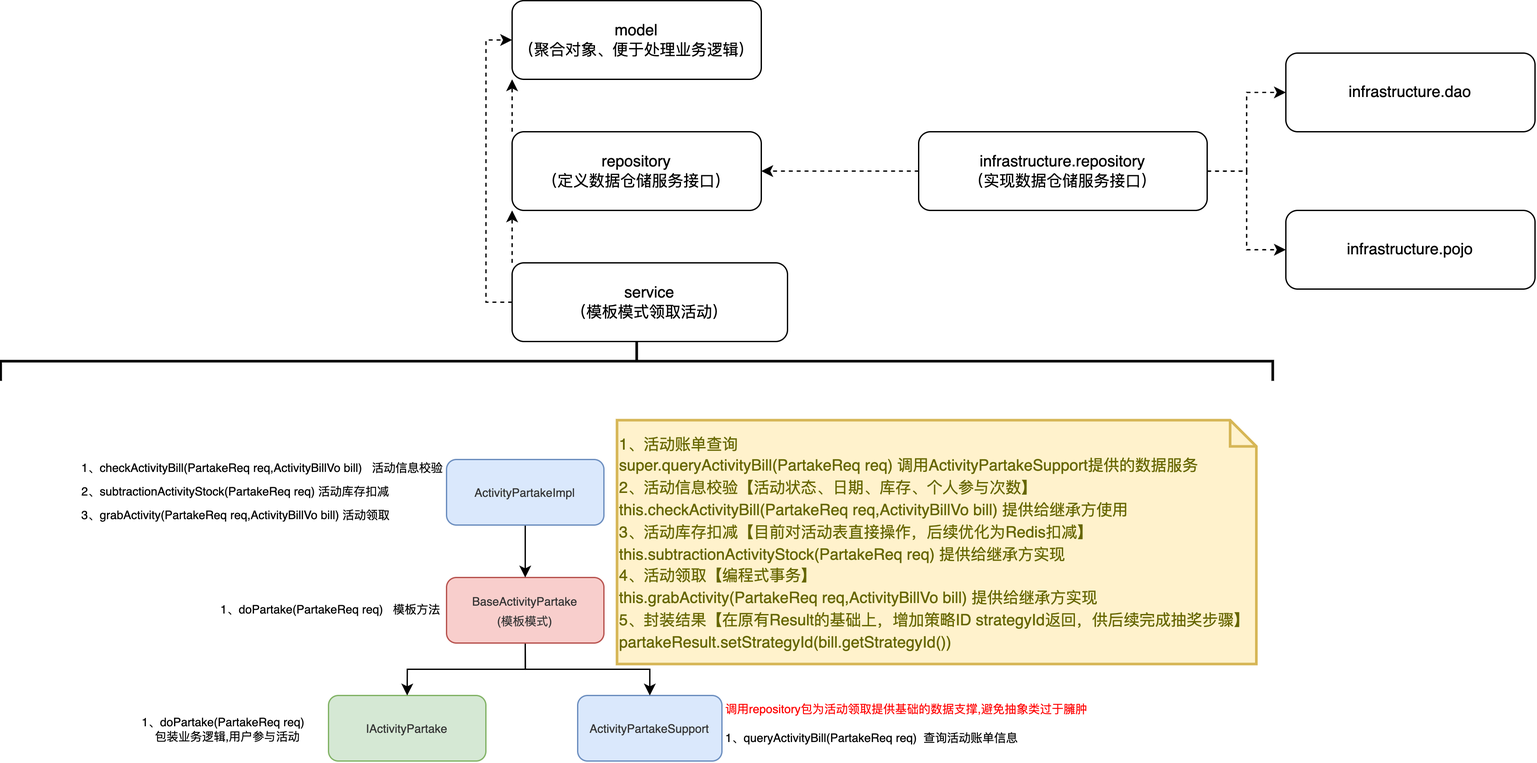
L-XRay/Notes keeps this draw.io diagram as 抽奖系统/images/领域服务-编程式事务领取活动.drawio.png. Above is the earlier version. Source tidied: cells renumbered, new cells last; positions are measured from the earlier drawing's top-left corner, leaving out a move shared by most shapes.
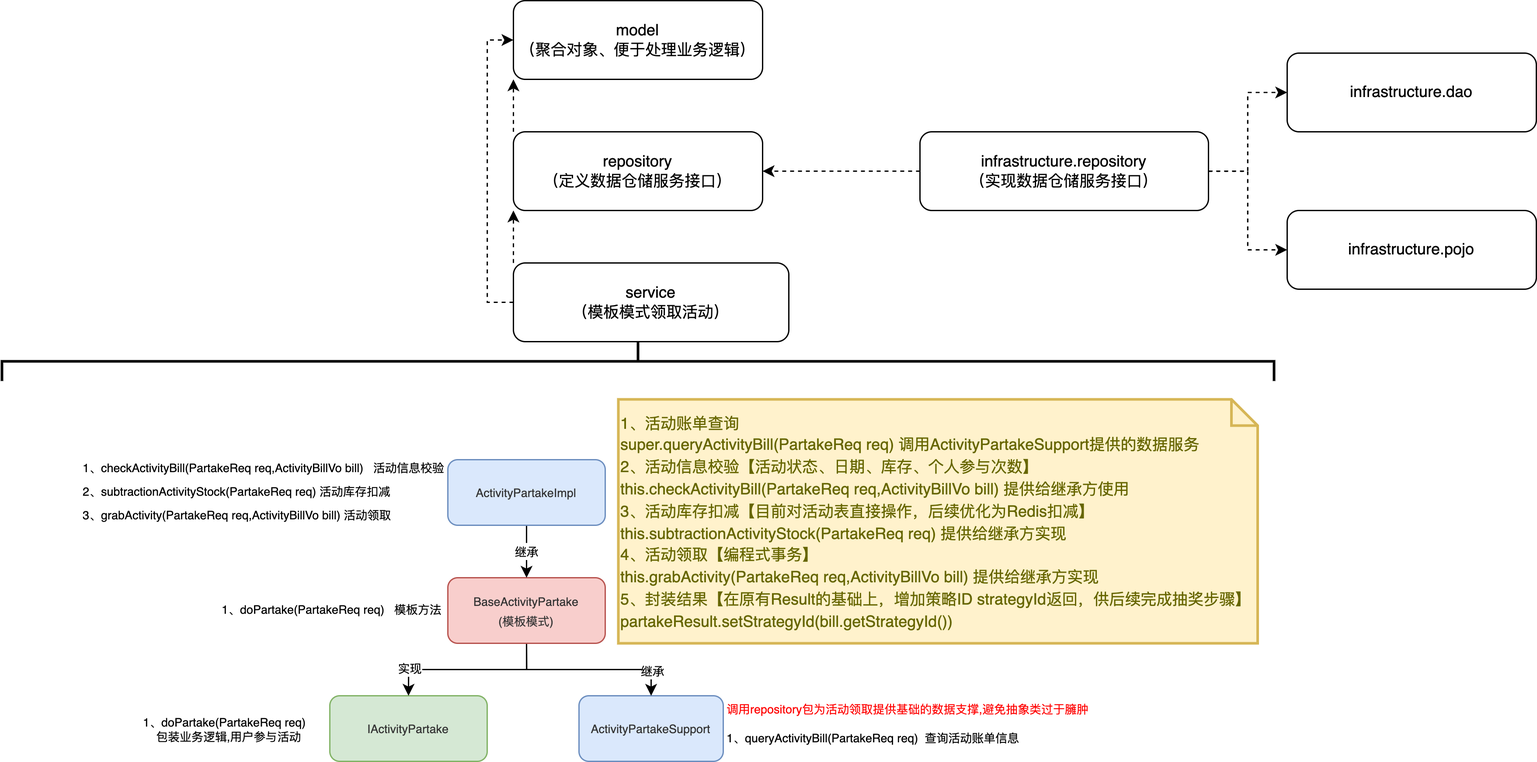
Above is the later version.

What changed in the source:
```diff
@@ -50,13 +50,19 @@
     <mxCell id="17" style="edgeStyle=orthogonalEdgeStyle;rounded=0;jettySize=auto;html=1;exitX=0.5;exitY=1;exitDx=0;exitDy=0;entryX=0.5;entryY=0;entryDx=0;entryDy=0;" parent="1" edge="1" source="19" target="15">
       <mxGeometry relative="1" as="geometry" />
     </mxCell>
+    <mxCell id="28" value="实现" style="edgeLabel;html=1;align=center;verticalAlign=middle;fontSize=9;" parent="17" vertex="1">
+      <mxGeometry x="0.68" y="-1" relative="1" as="geometry" />
+    </mxCell>
     <mxCell id="18" style="edgeStyle=orthogonalEdgeStyle;rounded=0;jettySize=auto;html=1;exitX=0.5;exitY=1;exitDx=0;exitDy=0;entryX=0.5;entryY=0;entryDx=0;entryDy=0;" parent="1" edge="1" source="19" target="16">
       <mxGeometry relative="1" as="geometry" />
     </mxCell>
+    <mxCell id="29" value="继承" style="edgeLabel;html=1;align=center;verticalAlign=middle;fontSize=9;" parent="18" vertex="1">
+      <mxGeometry x="0.72" relative="1" as="geometry" />
+    </mxCell>
     <mxCell id="19" value="&lt;span style=&quot;caret-color: rgb(51, 51, 51); color: rgb(51, 51, 51); orphans: 4; text-align: start; text-size-adjust: auto;&quot;&gt;&lt;font style=&quot;font-size: 9px;&quot;&gt;BaseActivityPartake&lt;br&gt;(模板模式)&lt;br&gt;&lt;/font&gt;&lt;/span&gt;" style="rounded=1;whiteSpace=wrap;html=1;fillColor=#f8cecc;strokeColor=#b85450;" parent="1" vertex="1">
       <mxGeometry x="340" y="440" width="120" height="50" as="geometry" />
     </mxCell>
-    <mxCell id="20" style="edgeStyle=orthogonalEdgeStyle;rounded=0;jettySize=auto;html=1;exitX=0.5;exitY=1;exitDx=0;exitDy=0;entryX=0.5;entryY=0;entryDx=0;entryDy=0;" parent="1" edge="1" source="21" target="19">
+    <mxCell id="20" value="&lt;font style=&quot;font-size: 9px;&quot;&gt;继承&lt;/font&gt;" style="edgeStyle=orthogonalEdgeStyle;rounded=0;jettySize=auto;html=1;exitX=0.5;exitY=1;exitDx=0;exitDy=0;entryX=0.5;entryY=0;entryDx=0;entryDy=0;" parent="1" edge="1" source="21" target="19">
       <mxGeometry relative="1" as="geometry" />
     </mxCell>
     <mxCell id="21" value="&lt;span style=&quot;caret-color: rgb(51, 51, 51); color: rgb(51, 51, 51); orphans: 4; text-align: start; text-size-adjust: auto;&quot;&gt;&lt;font style=&quot;font-size: 9px;&quot;&gt;ActivityPartakeImpl&lt;br&gt;&lt;/font&gt;&lt;/span&gt;" style="rounded=1;whiteSpace=wrap;html=1;fillColor=#dae8fc;strokeColor=#6c8ebf;" parent="1" vertex="1">
@@ -75,7 +81,7 @@
       <mxGeometry x="60" y="350" width="280" height="50" as="geometry" />
     </mxCell>
     <mxCell id="26" value="&lt;font style=&quot;font-size: 12px;&quot;&gt;1、活动账单查询&lt;br&gt;&lt;span style=&quot;&quot;&gt;&#9;&lt;/span&gt;super.queryActivityBill(PartakeReq req) 调用ActivityPartakeSupport提供的数据服务&lt;br&gt;2、活动信息校验【活动状态、日期、库存、个人参与次数】&lt;br&gt;&lt;span style=&quot;&quot;&gt;&#9;&lt;/span&gt;this.checkActivityBill(PartakeReq req,ActivityBillVo bill) 提供给继承方使用&lt;br&gt;3、活动库存扣减【目前对活动表直接操作，后续优化为Redis扣减】&lt;br&gt;this.subtractionActivityStock(PartakeReq req) 提供给继承方实现&lt;br&gt;4、活动领取【编程式事务】&lt;br&gt;this.grabActivity(PartakeReq req,ActivityBillVo bill) 提供给继承方实现&lt;br&gt;5、封装结果【在原有Result的基础上，增加策略ID strategyId返回，供后续完成抽奖步骤】&lt;br&gt;partakeResult.setStrategyId(bill.getStrategyId())&lt;br&gt;&lt;/font&gt;" style="shape=note;strokeWidth=2;fontSize=14;size=20;whiteSpace=wrap;html=1;fillColor=#fff2cc;strokeColor=#d6b656;fontColor=#666600;rounded=1;shadow=0;glass=0;labelBackgroundColor=none;fillStyle=auto;fontFamily=Helvetica;align=left;" parent="1" vertex="1">
-      <mxGeometry x="470" y="320" width="487.5" height="186" as="geometry" />
+      <mxGeometry x="470" y="304" width="487.5" height="186" as="geometry" />
     </mxCell>
     <mxCell id="27" value="&lt;p style=&quot;box-sizing: border-box; line-height: inherit; orphans: 4; margin: 0.8em 0px; position: relative; caret-color: rgb(51, 51, 51);&quot; class=&quot;md-end-block md-p md-focus&quot;&gt;1、queryActivityBill(PartakeReq req)&amp;nbsp; 查询活动账单信息&lt;/p&gt;" style="text;html=1;strokeColor=none;fillColor=none;align=left;verticalAlign=middle;whiteSpace=wrap;rounded=0;shadow=0;glass=0;labelBackgroundColor=none;fillStyle=auto;fontFamily=Helvetica;fontSize=9;fontColor=#000000;" parent="1" vertex="1">
       <mxGeometry x="550.9" y="551.9" width="259.1" height="21.9" as="geometry" />
```
